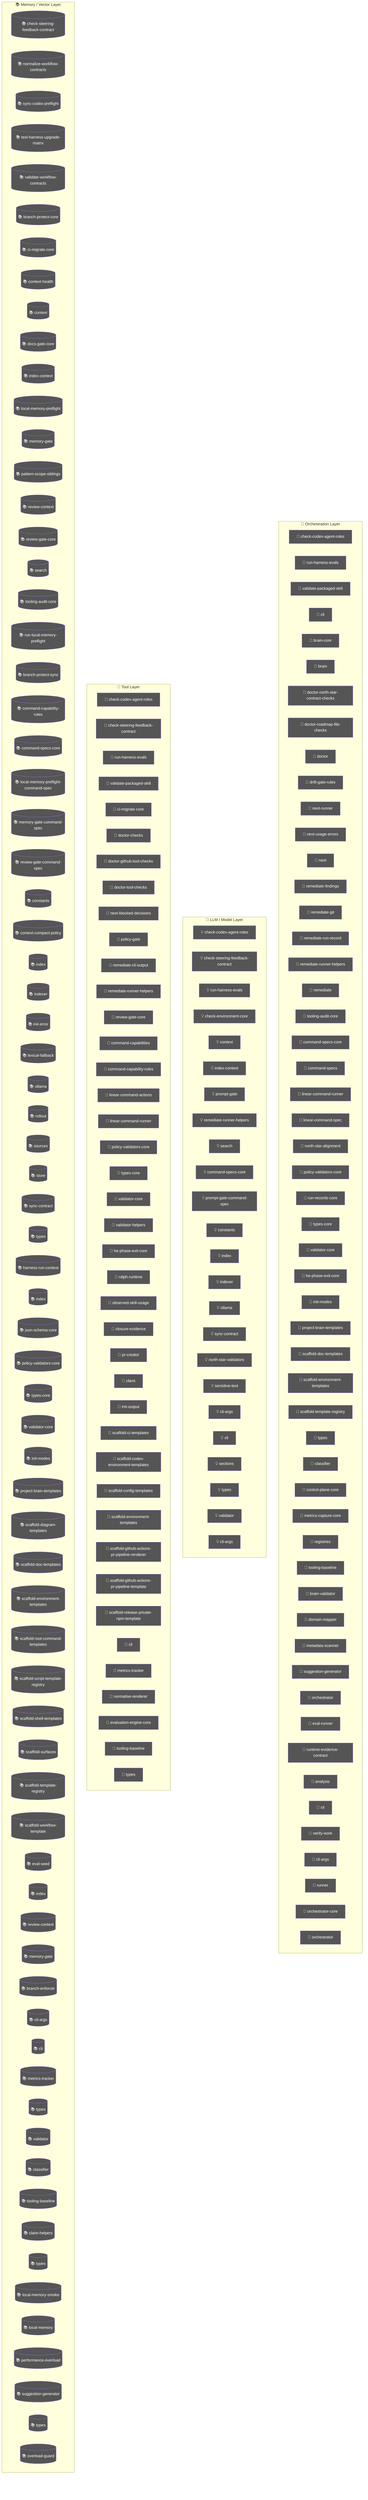
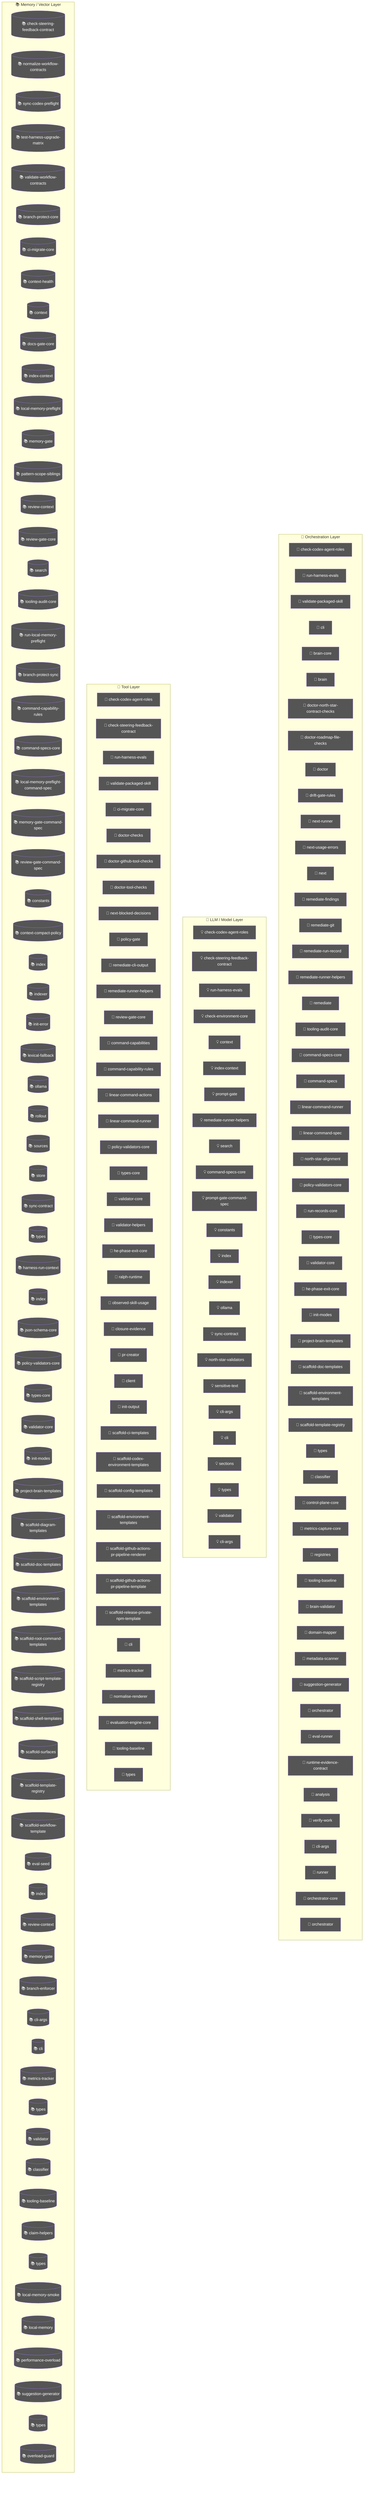
flowchart TD
  subgraph Orchestration["🎯 Orchestration Layer"]
    node_agent_mmd_orchestration_layer_orchestration_chec_7a9f0b64["🤖 check-codex-agent-roles"]
    node_agent_mmd_orchestration_layer_orchestration_run__18817957["🤖 run-harness-evals"]
    node_agent_mmd_orchestration_layer_orchestration_vali_c01b04be["🤖 validate-packaged-skill"]
    cli_99bb8840["🤖 cli"]
    brain_core_aa07c380["🤖 brain-core"]
    brain_bbbf7a64["🤖 brain"]
    doctor_north_star_contract_checks_0048124c["🤖 doctor-north-star-contract-checks"]
    doctor_roadmap_file_checks_14447b8e["🤖 doctor-roadmap-file-checks"]
    doctor_72f4be89["🤖 doctor"]
    drift_gate_rules_9685e72d["🤖 drift-gate-rules"]
    next_runner_41643472["🤖 next-runner"]
    next_usage_errors_837a345a["🤖 next-usage-errors"]
    next_c6c1c9a9["🤖 next"]
    remediate_findings_8b09c8c6["🤖 remediate-findings"]
    remediate_git_58c6f6f4["🤖 remediate-git"]
    remediate_run_record_9dfe5dc1["🤖 remediate-run-record"]
    node_agent_mmd_orchestration_layer_orchestration_reme_359fe98f["🤖 remediate-runner-helpers"]
    remediate_06b9c7fc["🤖 remediate"]
    node_agent_mmd_orchestration_layer_orchestration_tool_acfe0c01["🤖 tooling-audit-core"]
    node_agent_mmd_orchestration_layer_orchestration_comm_1f8cc24c["🤖 command-specs-core"]
    command_specs_69167c63["🤖 command-specs"]
    node_agent_mmd_orchestration_layer_orchestration_line_b67affd5["🤖 linear-command-runner"]
    linear_command_spec_1e12dd44["🤖 linear-command-spec"]
    north_star_alignment_00440188["🤖 north-star-alignment"]
    node_agent_mmd_orchestration_layer_orchestration_poli_3270b55d["🤖 policy-validators-core"]
    run_records_core_89286dfa["🤖 run-records-core"]
    node_agent_mmd_orchestration_layer_orchestration_type_7cf81261["🤖 types-core"]
    node_agent_mmd_orchestration_layer_orchestration_vali_d9fe99e6["🤖 validator-core"]
    node_agent_mmd_orchestration_layer_orchestration_he_p_fc778c24["🤖 he-phase-exit-core"]
    node_agent_mmd_orchestration_layer_orchestration_init_2a9c3ecb["🤖 init-modes"]
    node_agent_mmd_orchestration_layer_orchestration_proj_6ab6f60f["🤖 project-brain-templates"]
    node_agent_mmd_orchestration_layer_orchestration_scaf_12cc07db["🤖 scaffold-doc-templates"]
    node_agent_mmd_orchestration_layer_orchestration_scaf_c9a90c2f["🤖 scaffold-environment-templates"]
    node_agent_mmd_orchestration_layer_orchestration_scaf_ff8f92f6["🤖 scaffold-template-registry"]
    types_9_1db4641f["🤖 types"]
    node_agent_mmd_orchestration_layer_orchestration_clas_899b821a["🤖 classifier"]
    control_plane_core_db3b4cb2["🤖 control-plane-core"]
    metrics_capture_core_db4bf7cf["🤖 metrics-capture-core"]
    registries_06402afa["🤖 registries"]
    node_agent_mmd_orchestration_layer_orchestration_tool_cc43149f["🤖 tooling-baseline"]
    brain_validator_be251832["🤖 brain-validator"]
    domain_mapper_cd9333d2["🤖 domain-mapper"]
    metadata_scanner_6a101b66["🤖 metadata-scanner"]
    node_agent_mmd_orchestration_layer_orchestration_sugg_85c5ebe3["🤖 suggestion-generator"]
    orchestrator_11376b7e["🤖 orchestrator"]
    eval_runner_0966a6b3["🤖 eval-runner"]
    runtime_evidence_contract_0f7b15b2["🤖 runtime-evidence-contract"]
    analysis_f44e85c4["🤖 analysis"]
-     cli_8_e3a6ce03["🤖 cli"]
    verify_work_1_cd8e7ec3["🤖 verify-work"]
    cli_args_10_861cdd3f["🤖 cli-args"]
    runner_527aa9f4["🤖 runner"]
    orchestrator_core_d0678b53["🤖 orchestrator-core"]
    orchestrator_1_6b7137c5["🤖 orchestrator"]
  end
  subgraph LLMLayer["🧠 LLM / Model Layer"]
    node_agent_mmd_llm_model_layer_llmlayer_check_codex_a_29e7b7fa["💡 check-codex-agent-roles"]
    node_agent_mmd_llm_model_layer_llmlayer_check_steerin_a7dbbd2f["💡 check-steering-feedback-contract"]
    node_agent_mmd_llm_model_layer_llmlayer_run_harness_e_603fcfdc["💡 run-harness-evals"]
    check_environment_core_2c16213f["💡 check-environment-core"]
    node_agent_mmd_llm_model_layer_llmlayer_context_conte_ad2dfbd9["💡 context"]
    node_agent_mmd_llm_model_layer_llmlayer_index_context_1041bd11["💡 index-context"]
    prompt_gate_c5e9d207["💡 prompt-gate"]
    node_agent_mmd_llm_model_layer_llmlayer_remediate_run_9e3d4585["💡 remediate-runner-helpers"]
    node_agent_mmd_llm_model_layer_llmlayer_search_search_66b9a911["💡 search"]
    node_agent_mmd_llm_model_layer_llmlayer_command_specs_782af9fa["💡 command-specs-core"]
    prompt_gate_command_spec_9a941482["💡 prompt-gate-command-spec"]
    node_agent_mmd_llm_model_layer_llmlayer_constants_con_c9bd3f6c["💡 constants"]
    node_agent_mmd_llm_model_layer_llmlayer_index_index_1_02e160ff["💡 index"]
    node_agent_mmd_llm_model_layer_llmlayer_indexer_index_4f4deef5["💡 indexer"]
    node_agent_mmd_llm_model_layer_llmlayer_ollama_ollama_968b23fa["💡 ollama"]
    node_agent_mmd_llm_model_layer_llmlayer_sync_contract_9f3cc8c1["💡 sync-contract"]
    north_star_validators_cfc926ce["💡 north-star-validators"]
    sensitive_text_7c11f760["💡 sensitive-text"]
    cli_args_6_be6244ad["💡 cli-args"]
    cli_7_dc4a9f7f["💡 cli"]
    sections_4697ef32["💡 sections"]
    types_19_eb4ad5f0["💡 types"]
    validator_6_3688adbf["💡 validator"]
    cli_args_7_16dab031["💡 cli-args"]
  end
  subgraph ToolLayer["🔧 Tool Layer"]
    node_agent_mmd_tool_layer_toollayer_check_codex_agent_4b361d5a["🔧 check-codex-agent-roles"]
    node_agent_mmd_tool_layer_toollayer_check_steering_fe_84ed22c2["🔧 check-steering-feedback-contract"]
    node_agent_mmd_tool_layer_toollayer_run_harness_evals_e2ee24f1["🔧 run-harness-evals"]
    node_agent_mmd_tool_layer_toollayer_validate_packaged_f6ed6f12["🔧 validate-packaged-skill"]
    node_agent_mmd_tool_layer_toollayer_ci_migrate_core_c_049f8460["🔧 ci-migrate-core"]
    doctor_checks_5a2eb2b9["🔧 doctor-checks"]
    doctor_github_tool_checks_a53b0382["🔧 doctor-github-tool-checks"]
    doctor_tool_checks_4acac51a["🔧 doctor-tool-checks"]
    next_blocked_decisions_4140ad2b["🔧 next-blocked-decisions"]
    policy_gate_213f7313["🔧 policy-gate"]
    remediate_cli_output_cc165396["🔧 remediate-cli-output"]
    node_agent_mmd_tool_layer_toollayer_remediate_runner__c003b871["🔧 remediate-runner-helpers"]
    node_agent_mmd_tool_layer_toollayer_review_gate_core__7704598b["🔧 review-gate-core"]
    command_capabilities_a4d5c71e["🔧 command-capabilities"]
    node_agent_mmd_tool_layer_toollayer_command_capabilit_e97a4615["🔧 command-capability-rules"]
    linear_command_actions_e430f4f4["🔧 linear-command-actions"]
    node_agent_mmd_tool_layer_toollayer_linear_command_ru_d6763748["🔧 linear-command-runner"]
    node_agent_mmd_tool_layer_toollayer_policy_validators_af136abf["🔧 policy-validators-core"]
    node_agent_mmd_tool_layer_toollayer_types_core_types__6c8319b6["🔧 types-core"]
    node_agent_mmd_tool_layer_toollayer_validator_core_va_6ef6131f["🔧 validator-core"]
    validator_helpers_7b927667["🔧 validator-helpers"]
    node_agent_mmd_tool_layer_toollayer_he_phase_exit_cor_af016160["🔧 he-phase-exit-core"]
    ralph_runtime_73d63c0e["🔧 ralph-runtime"]
    observed_skill_usage_ed7d5930["🔧 observed-skill-usage"]
    closure_evidence_aaa31467["🔧 closure-evidence"]
    pr_creator_dc6b1ea4["🔧 pr-creator"]
    client_948fe603["🔧 client"]
    init_output_360dce91["🔧 init-output"]
    scaffold_ci_templates_2afd6392["🔧 scaffold-ci-templates"]
    scaffold_codex_environment_templates_334fbbed["🔧 scaffold-codex-environment-templates"]
    scaffold_config_templates_4b80ce53["🔧 scaffold-config-templates"]
    node_agent_mmd_tool_layer_toollayer_scaffold_environm_c1afc013["🔧 scaffold-environment-templates"]
    scaffold_github_actions_pr_pipeline_renderer_1ee18de5["🔧 scaffold-github-actions-pr-pipeline-renderer"]
    scaffold_github_actions_pr_pipeline_template_e2b85f62["🔧 scaffold-github-actions-pr-pipeline-template"]
    scaffold_release_private_npm_template_075499f8["🔧 scaffold-release-private-npm-template"]
    node_agent_mmd_tool_layer_toollayer_cli_cli_2_1_32d9eeaf["🔧 cli"]
    node_agent_mmd_tool_layer_toollayer_metrics_tracker_m_4c9237d8["🔧 metrics-tracker"]
    normalise_renderer_85f2e563["🔧 normalise-renderer"]
    evaluation_engine_core_e054fe49["🔧 evaluation-engine-core"]
    node_agent_mmd_tool_layer_toollayer_tooling_baseline__61e66e9f["🔧 tooling-baseline"]
    types_25_89d086aa["🔧 types"]
  end
  subgraph MemoryLayer["📚 Memory / Vector Layer"]
    node_agent_mmd_memory_vector_layer_memorylayer_check__d71f8993[("📚 check-steering-feedback-contract")]
    normalize_workflow_contracts_8701f1c8[("📚 normalize-workflow-contracts")]
    sync_codex_preflight_7e7a8dc2[("📚 sync-codex-preflight")]
    test_harness_upgrade_matrix_84113c4e[("📚 test-harness-upgrade-matrix")]
    validate_workflow_contracts_33dc063c[("📚 validate-workflow-contracts")]
    branch_protect_core_a8feb0fd[("📚 branch-protect-core")]
    node_agent_mmd_memory_vector_layer_memorylayer_ci_mig_0cd5b1a4[("📚 ci-migrate-core")]
    context_health_80bb7da9[("📚 context-health")]
    node_agent_mmd_memory_vector_layer_memorylayer_contex_78ceaaa9[("📚 context")]
    docs_gate_core_eb9b6c18[("📚 docs-gate-core")]
    node_agent_mmd_memory_vector_layer_memorylayer_index__6f3402d0[("📚 index-context")]
    local_memory_preflight_dcc36c42[("📚 local-memory-preflight")]
    memory_gate_a577a506[("📚 memory-gate")]
    pattern_scope_siblings_43abe000[("📚 pattern-scope-siblings")]
    review_context_ca6cf81d[("📚 review-context")]
    node_agent_mmd_memory_vector_layer_memorylayer_review_5bee9816[("📚 review-gate-core")]
    node_agent_mmd_memory_vector_layer_memorylayer_search_ac35cb7e[("📚 search")]
    node_agent_mmd_memory_vector_layer_memorylayer_toolin_a1185b8f[("📚 tooling-audit-core")]
    run_local_memory_preflight_36e92808[("📚 run-local-memory-preflight")]
    branch_protect_sync_570adb18[("📚 branch-protect-sync")]
    node_agent_mmd_memory_vector_layer_memorylayer_comman_c72a5d05[("📚 command-capability-rules")]
    node_agent_mmd_memory_vector_layer_memorylayer_comman_111eb454[("📚 command-specs-core")]
    local_memory_preflight_command_spec_9e23f3ce[("📚 local-memory-preflight-command-spec")]
    memory_gate_command_spec_dc9001a9[("📚 memory-gate-command-spec")]
    review_gate_command_spec_3187376a[("📚 review-gate-command-spec")]
    node_agent_mmd_memory_vector_layer_memorylayer_consta_702d3f46[("📚 constants")]
    context_compact_policy_3dcaf95d[("📚 context-compact-policy")]
    node_agent_mmd_memory_vector_layer_memorylayer_index__752bc61e[("📚 index")]
    node_agent_mmd_memory_vector_layer_memorylayer_indexe_93e6d86f[("📚 indexer")]
    init_error_5c7dd49f[("📚 init-error")]
    lexical_fallback_723e2b3e[("📚 lexical-fallback")]
    node_agent_mmd_memory_vector_layer_memorylayer_ollama_6d51be16[("📚 ollama")]
    rollout_a4fa034c[("📚 rollout")]
    sources_878a52fc[("📚 sources")]
    store_824d80d7[("📚 store")]
    node_agent_mmd_memory_vector_layer_memorylayer_sync_c_e43418bc[("📚 sync-contract")]
    types_4_822d0f88[("📚 types")]
    harness_run_context_ac7c77a9[("📚 harness-run-context")]
    index_1_faebc14e[("📚 index")]
    json_schema_core_96d7e328[("📚 json-schema-core")]
    node_agent_mmd_memory_vector_layer_memorylayer_policy_1944de42[("📚 policy-validators-core")]
    node_agent_mmd_memory_vector_layer_memorylayer_types__83f369fa[("📚 types-core")]
    node_agent_mmd_memory_vector_layer_memorylayer_valida_41034356[("📚 validator-core")]
    node_agent_mmd_memory_vector_layer_memorylayer_init_m_333d02c5[("📚 init-modes")]
    node_agent_mmd_memory_vector_layer_memorylayer_projec_3ae304d9[("📚 project-brain-templates")]
    scaffold_diagram_templates_dd88e83c[("📚 scaffold-diagram-templates")]
    node_agent_mmd_memory_vector_layer_memorylayer_scaffo_5fd73b94[("📚 scaffold-doc-templates")]
    node_agent_mmd_memory_vector_layer_memorylayer_scaffo_12b42341[("📚 scaffold-environment-templates")]
    scaffold_root_command_templates_404fed7f[("📚 scaffold-root-command-templates")]
    scaffold_script_template_registry_69312d4e[("📚 scaffold-script-template-registry")]
    scaffold_shell_templates_0ad0f915[("📚 scaffold-shell-templates")]
    scaffold_surfaces_12d6494e[("📚 scaffold-surfaces")]
    node_agent_mmd_memory_vector_layer_memorylayer_scaffo_a86eece1[("📚 scaffold-template-registry")]
    scaffold_workflow_template_92310587[("📚 scaffold-workflow-template")]
    eval_seed_5699fd3e[("📚 eval-seed")]
    index_4_013aa0e3[("📚 index")]
    review_context_1_e3afed15[("📚 review-context")]
    memory_gate_1_265164ac[("📚 memory-gate")]
    branch_enforcer_acb749cd[("📚 branch-enforcer")]
    cli_args_3_371ad1f3[("📚 cli-args")]
    node_agent_mmd_memory_vector_layer_memorylayer_cli_cl_1f1f89ab[("📚 cli")]
    node_agent_mmd_memory_vector_layer_memorylayer_metric_12562178[("📚 metrics-tracker")]
    types_11_4be3ee64[("📚 types")]
    validator_4_5180cf23[("📚 validator")]
    node_agent_mmd_memory_vector_layer_memorylayer_classi_1ebbf5ff[("📚 classifier")]
    node_agent_mmd_memory_vector_layer_memorylayer_toolin_14f86b00[("📚 tooling-baseline")]
    claim_helpers_20dc8387[("📚 claim-helpers")]
    types_16_0fae1112[("📚 types")]
    local_memory_smoke_1175abfc[("📚 local-memory-smoke")]
    local_memory_0db17ecc[("📚 local-memory")]
    performance_overload_c685bfcf[("📚 performance-overload")]
    node_agent_mmd_memory_vector_layer_memorylayer_sugges_267f408d[("📚 suggestion-generator")]
    types_23_4352ee2e[("📚 types")]
    overload_guard_2748c559[("📚 overload-guard")]
  end
  classDef agentNode fill:#555,color:#fff
-   class node_agent_mmd_orchestration_layer_orchestration_chec_7a9f0b64,node_agent_mmd_llm_model_layer_llmlayer_check_codex_a_29e7b7fa,node_agent_mmd_tool_layer_toollayer_check_codex_agent_4b361d5a,node_agent_mmd_orchestration_layer_orchestration_run__18817957,node_agent_mmd_llm_model_layer_llmlayer_run_harness_e_603fcfdc,node_agent_mmd_tool_layer_toollayer_run_harness_evals_e2ee24f1,node_agent_mmd_orchestration_layer_orchestration_vali_c01b04be,node_agent_mmd_tool_layer_toollayer_validate_packaged_f6ed6f12,cli_99bb8840,brain_core_aa07c380,brain_bbbf7a64,doctor_north_star_contract_checks_0048124c,doctor_roadmap_file_checks_14447b8e,doctor_72f4be89,drift_gate_rules_9685e72d,next_runner_41643472,next_usage_errors_837a345a,next_c6c1c9a9,remediate_findings_8b09c8c6,remediate_git_58c6f6f4,remediate_run_record_9dfe5dc1,node_agent_mmd_orchestration_layer_orchestration_reme_359fe98f,node_agent_mmd_llm_model_layer_llmlayer_remediate_run_9e3d4585,node_agent_mmd_tool_layer_toollayer_remediate_runner__c003b871,remediate_06b9c7fc,node_agent_mmd_orchestration_layer_orchestration_tool_acfe0c01,node_agent_mmd_memory_vector_layer_memorylayer_toolin_a1185b8f,node_agent_mmd_orchestration_layer_orchestration_comm_1f8cc24c,node_agent_mmd_llm_model_layer_llmlayer_command_specs_782af9fa,node_agent_mmd_memory_vector_layer_memorylayer_comman_111eb454,command_specs_69167c63,node_agent_mmd_orchestration_layer_orchestration_line_b67affd5,node_agent_mmd_tool_layer_toollayer_linear_command_ru_d6763748,linear_command_spec_1e12dd44,north_star_alignment_00440188,node_agent_mmd_orchestration_layer_orchestration_poli_3270b55d,node_agent_mmd_tool_layer_toollayer_policy_validators_af136abf,node_agent_mmd_memory_vector_layer_memorylayer_policy_1944de42,run_records_core_89286dfa,node_agent_mmd_orchestration_layer_orchestration_type_7cf81261,node_agent_mmd_tool_layer_toollayer_types_core_types__6c8319b6,node_agent_mmd_memory_vector_layer_memorylayer_types__83f369fa,node_agent_mmd_orchestration_layer_orchestration_vali_d9fe99e6,node_agent_mmd_tool_layer_toollayer_validator_core_va_6ef6131f,node_agent_mmd_memory_vector_layer_memorylayer_valida_41034356,node_agent_mmd_orchestration_layer_orchestration_he_p_fc778c24,node_agent_mmd_tool_layer_toollayer_he_phase_exit_cor_af016160,node_agent_mmd_orchestration_layer_orchestration_init_2a9c3ecb,node_agent_mmd_memory_vector_layer_memorylayer_init_m_333d02c5,node_agent_mmd_orchestration_layer_orchestration_proj_6ab6f60f,node_agent_mmd_memory_vector_layer_memorylayer_projec_3ae304d9,node_agent_mmd_orchestration_layer_orchestration_scaf_12cc07db,node_agent_mmd_memory_vector_layer_memorylayer_scaffo_5fd73b94,node_agent_mmd_orchestration_layer_orchestration_scaf_c9a90c2f,node_agent_mmd_tool_layer_toollayer_scaffold_environm_c1afc013,node_agent_mmd_memory_vector_layer_memorylayer_scaffo_12b42341,node_agent_mmd_orchestration_layer_orchestration_scaf_ff8f92f6,node_agent_mmd_memory_vector_layer_memorylayer_scaffo_a86eece1,types_9_1db4641f,node_agent_mmd_orchestration_layer_orchestration_clas_899b821a,node_agent_mmd_memory_vector_layer_memorylayer_classi_1ebbf5ff,control_plane_core_db3b4cb2,metrics_capture_core_db4bf7cf,registries_06402afa,node_agent_mmd_orchestration_layer_orchestration_tool_cc43149f,node_agent_mmd_tool_layer_toollayer_tooling_baseline__61e66e9f,node_agent_mmd_memory_vector_layer_memorylayer_toolin_14f86b00,brain_validator_be251832,domain_mapper_cd9333d2,metadata_scanner_6a101b66,node_agent_mmd_orchestration_layer_orchestration_sugg_85c5ebe3,node_agent_mmd_memory_vector_layer_memorylayer_sugges_267f408d,orchestrator_11376b7e,eval_runner_0966a6b3,runtime_evidence_contract_0f7b15b2,analysis_f44e85c4,cli_8_e3a6ce03,verify_work_1_cd8e7ec3,cli_args_10_861cdd3f,runner_527aa9f4,orchestrator_core_d0678b53,orchestrator_1_6b7137c5 agentNode
+   class node_agent_mmd_orchestration_layer_orchestration_chec_7a9f0b64,node_agent_mmd_llm_model_layer_llmlayer_check_codex_a_29e7b7fa,node_agent_mmd_tool_layer_toollayer_check_codex_agent_4b361d5a,node_agent_mmd_orchestration_layer_orchestration_run__18817957,node_agent_mmd_llm_model_layer_llmlayer_run_harness_e_603fcfdc,node_agent_mmd_tool_layer_toollayer_run_harness_evals_e2ee24f1,node_agent_mmd_orchestration_layer_orchestration_vali_c01b04be,node_agent_mmd_tool_layer_toollayer_validate_packaged_f6ed6f12,cli_99bb8840,brain_core_aa07c380,brain_bbbf7a64,doctor_north_star_contract_checks_0048124c,doctor_roadmap_file_checks_14447b8e,doctor_72f4be89,drift_gate_rules_9685e72d,next_runner_41643472,next_usage_errors_837a345a,next_c6c1c9a9,remediate_findings_8b09c8c6,remediate_git_58c6f6f4,remediate_run_record_9dfe5dc1,node_agent_mmd_orchestration_layer_orchestration_reme_359fe98f,node_agent_mmd_llm_model_layer_llmlayer_remediate_run_9e3d4585,node_agent_mmd_tool_layer_toollayer_remediate_runner__c003b871,remediate_06b9c7fc,node_agent_mmd_orchestration_layer_orchestration_tool_acfe0c01,node_agent_mmd_memory_vector_layer_memorylayer_toolin_a1185b8f,node_agent_mmd_orchestration_layer_orchestration_comm_1f8cc24c,node_agent_mmd_llm_model_layer_llmlayer_command_specs_782af9fa,node_agent_mmd_memory_vector_layer_memorylayer_comman_111eb454,command_specs_69167c63,node_agent_mmd_orchestration_layer_orchestration_line_b67affd5,node_agent_mmd_tool_layer_toollayer_linear_command_ru_d6763748,linear_command_spec_1e12dd44,north_star_alignment_00440188,node_agent_mmd_orchestration_layer_orchestration_poli_3270b55d,node_agent_mmd_tool_layer_toollayer_policy_validators_af136abf,node_agent_mmd_memory_vector_layer_memorylayer_policy_1944de42,run_records_core_89286dfa,node_agent_mmd_orchestration_layer_orchestration_type_7cf81261,node_agent_mmd_tool_layer_toollayer_types_core_types__6c8319b6,node_agent_mmd_memory_vector_layer_memorylayer_types__83f369fa,node_agent_mmd_orchestration_layer_orchestration_vali_d9fe99e6,node_agent_mmd_tool_layer_toollayer_validator_core_va_6ef6131f,node_agent_mmd_memory_vector_layer_memorylayer_valida_41034356,node_agent_mmd_orchestration_layer_orchestration_he_p_fc778c24,node_agent_mmd_tool_layer_toollayer_he_phase_exit_cor_af016160,node_agent_mmd_orchestration_layer_orchestration_init_2a9c3ecb,node_agent_mmd_memory_vector_layer_memorylayer_init_m_333d02c5,node_agent_mmd_orchestration_layer_orchestration_proj_6ab6f60f,node_agent_mmd_memory_vector_layer_memorylayer_projec_3ae304d9,node_agent_mmd_orchestration_layer_orchestration_scaf_12cc07db,node_agent_mmd_memory_vector_layer_memorylayer_scaffo_5fd73b94,node_agent_mmd_orchestration_layer_orchestration_scaf_c9a90c2f,node_agent_mmd_tool_layer_toollayer_scaffold_environm_c1afc013,node_agent_mmd_memory_vector_layer_memorylayer_scaffo_12b42341,node_agent_mmd_orchestration_layer_orchestration_scaf_ff8f92f6,node_agent_mmd_memory_vector_layer_memorylayer_scaffo_a86eece1,types_9_1db4641f,node_agent_mmd_orchestration_layer_orchestration_clas_899b821a,node_agent_mmd_memory_vector_layer_memorylayer_classi_1ebbf5ff,control_plane_core_db3b4cb2,metrics_capture_core_db4bf7cf,registries_06402afa,node_agent_mmd_orchestration_layer_orchestration_tool_cc43149f,node_agent_mmd_tool_layer_toollayer_tooling_baseline__61e66e9f,node_agent_mmd_memory_vector_layer_memorylayer_toolin_14f86b00,brain_validator_be251832,domain_mapper_cd9333d2,metadata_scanner_6a101b66,node_agent_mmd_orchestration_layer_orchestration_sugg_85c5ebe3,node_agent_mmd_memory_vector_layer_memorylayer_sugges_267f408d,orchestrator_11376b7e,eval_runner_0966a6b3,runtime_evidence_contract_0f7b15b2,analysis_f44e85c4,verify_work_1_cd8e7ec3,cli_args_10_861cdd3f,runner_527aa9f4,orchestrator_core_d0678b53,orchestrator_1_6b7137c5 agentNode
  classDef llmNode fill:#555,color:#fff
  class node_agent_mmd_orchestration_layer_orchestration_chec_7a9f0b64,node_agent_mmd_llm_model_layer_llmlayer_check_codex_a_29e7b7fa,node_agent_mmd_tool_layer_toollayer_check_codex_agent_4b361d5a,node_agent_mmd_llm_model_layer_llmlayer_check_steerin_a7dbbd2f,node_agent_mmd_tool_layer_toollayer_check_steering_fe_84ed22c2,node_agent_mmd_memory_vector_layer_memorylayer_check__d71f8993,node_agent_mmd_orchestration_layer_orchestration_run__18817957,node_agent_mmd_llm_model_layer_llmlayer_run_harness_e_603fcfdc,node_agent_mmd_tool_layer_toollayer_run_harness_evals_e2ee24f1,check_environment_core_2c16213f,node_agent_mmd_llm_model_layer_llmlayer_context_conte_ad2dfbd9,node_agent_mmd_memory_vector_layer_memorylayer_contex_78ceaaa9,node_agent_mmd_llm_model_layer_llmlayer_index_context_1041bd11,node_agent_mmd_memory_vector_layer_memorylayer_index__6f3402d0,prompt_gate_c5e9d207,node_agent_mmd_orchestration_layer_orchestration_reme_359fe98f,node_agent_mmd_llm_model_layer_llmlayer_remediate_run_9e3d4585,node_agent_mmd_tool_layer_toollayer_remediate_runner__c003b871,node_agent_mmd_llm_model_layer_llmlayer_search_search_66b9a911,node_agent_mmd_memory_vector_layer_memorylayer_search_ac35cb7e,node_agent_mmd_orchestration_layer_orchestration_comm_1f8cc24c,node_agent_mmd_llm_model_layer_llmlayer_command_specs_782af9fa,node_agent_mmd_memory_vector_layer_memorylayer_comman_111eb454,prompt_gate_command_spec_9a941482,node_agent_mmd_llm_model_layer_llmlayer_constants_con_c9bd3f6c,node_agent_mmd_memory_vector_layer_memorylayer_consta_702d3f46,node_agent_mmd_llm_model_layer_llmlayer_index_index_1_02e160ff,node_agent_mmd_memory_vector_layer_memorylayer_index__752bc61e,node_agent_mmd_llm_model_layer_llmlayer_indexer_index_4f4deef5,node_agent_mmd_memory_vector_layer_memorylayer_indexe_93e6d86f,node_agent_mmd_llm_model_layer_llmlayer_ollama_ollama_968b23fa,node_agent_mmd_memory_vector_layer_memorylayer_ollama_6d51be16,node_agent_mmd_llm_model_layer_llmlayer_sync_contract_9f3cc8c1,node_agent_mmd_memory_vector_layer_memorylayer_sync_c_e43418bc,north_star_validators_cfc926ce,sensitive_text_7c11f760,cli_args_6_be6244ad,cli_7_dc4a9f7f,sections_4697ef32,types_19_eb4ad5f0,validator_6_3688adbf,cli_args_7_16dab031 llmNode
  classDef toolNode fill:#555,color:#fff
  class node_agent_mmd_orchestration_layer_orchestration_chec_7a9f0b64,node_agent_mmd_llm_model_layer_llmlayer_check_codex_a_29e7b7fa,node_agent_mmd_tool_layer_toollayer_check_codex_agent_4b361d5a,node_agent_mmd_llm_model_layer_llmlayer_check_steerin_a7dbbd2f,node_agent_mmd_tool_layer_toollayer_check_steering_fe_84ed22c2,node_agent_mmd_memory_vector_layer_memorylayer_check__d71f8993,node_agent_mmd_orchestration_layer_orchestration_run__18817957,node_agent_mmd_llm_model_layer_llmlayer_run_harness_e_603fcfdc,node_agent_mmd_tool_layer_toollayer_run_harness_evals_e2ee24f1,node_agent_mmd_orchestration_layer_orchestration_vali_c01b04be,node_agent_mmd_tool_layer_toollayer_validate_packaged_f6ed6f12,node_agent_mmd_tool_layer_toollayer_ci_migrate_core_c_049f8460,node_agent_mmd_memory_vector_layer_memorylayer_ci_mig_0cd5b1a4,doctor_checks_5a2eb2b9,doctor_github_tool_checks_a53b0382,doctor_tool_checks_4acac51a,next_blocked_decisions_4140ad2b,policy_gate_213f7313,remediate_cli_output_cc165396,node_agent_mmd_orchestration_layer_orchestration_reme_359fe98f,node_agent_mmd_llm_model_layer_llmlayer_remediate_run_9e3d4585,node_agent_mmd_tool_layer_toollayer_remediate_runner__c003b871,node_agent_mmd_tool_layer_toollayer_review_gate_core__7704598b,node_agent_mmd_memory_vector_layer_memorylayer_review_5bee9816,command_capabilities_a4d5c71e,node_agent_mmd_tool_layer_toollayer_command_capabilit_e97a4615,node_agent_mmd_memory_vector_layer_memorylayer_comman_c72a5d05,linear_command_actions_e430f4f4,node_agent_mmd_orchestration_layer_orchestration_line_b67affd5,node_agent_mmd_tool_layer_toollayer_linear_command_ru_d6763748,node_agent_mmd_orchestration_layer_orchestration_poli_3270b55d,node_agent_mmd_tool_layer_toollayer_policy_validators_af136abf,node_agent_mmd_memory_vector_layer_memorylayer_policy_1944de42,node_agent_mmd_orchestration_layer_orchestration_type_7cf81261,node_agent_mmd_tool_layer_toollayer_types_core_types__6c8319b6,node_agent_mmd_memory_vector_layer_memorylayer_types__83f369fa,node_agent_mmd_orchestration_layer_orchestration_vali_d9fe99e6,node_agent_mmd_tool_layer_toollayer_validator_core_va_6ef6131f,node_agent_mmd_memory_vector_layer_memorylayer_valida_41034356,validator_helpers_7b927667,node_agent_mmd_orchestration_layer_orchestration_he_p_fc778c24,node_agent_mmd_tool_layer_toollayer_he_phase_exit_cor_af016160,ralph_runtime_73d63c0e,observed_skill_usage_ed7d5930,closure_evidence_aaa31467,pr_creator_dc6b1ea4,client_948fe603,init_output_360dce91,scaffold_ci_templates_2afd6392,scaffold_codex_environment_templates_334fbbed,scaffold_config_templates_4b80ce53,node_agent_mmd_orchestration_layer_orchestration_scaf_c9a90c2f,node_agent_mmd_tool_layer_toollayer_scaffold_environm_c1afc013,node_agent_mmd_memory_vector_layer_memorylayer_scaffo_12b42341,scaffold_github_actions_pr_pipeline_renderer_1ee18de5,scaffold_github_actions_pr_pipeline_template_e2b85f62,scaffold_release_private_npm_template_075499f8,node_agent_mmd_tool_layer_toollayer_cli_cli_2_1_32d9eeaf,node_agent_mmd_memory_vector_layer_memorylayer_cli_cl_1f1f89ab,node_agent_mmd_tool_layer_toollayer_metrics_tracker_m_4c9237d8,node_agent_mmd_memory_vector_layer_memorylayer_metric_12562178,normalise_renderer_85f2e563,evaluation_engine_core_e054fe49,node_agent_mmd_orchestration_layer_orchestration_tool_cc43149f,node_agent_mmd_tool_layer_toollayer_tooling_baseline__61e66e9f,node_agent_mmd_memory_vector_layer_memorylayer_toolin_14f86b00,types_25_89d086aa toolNode
  classDef memNode fill:#555,color:#fff
  class node_agent_mmd_llm_model_layer_llmlayer_check_steerin_a7dbbd2f,node_agent_mmd_tool_layer_toollayer_check_steering_fe_84ed22c2,node_agent_mmd_memory_vector_layer_memorylayer_check__d71f8993,normalize_workflow_contracts_8701f1c8,sync_codex_preflight_7e7a8dc2,test_harness_upgrade_matrix_84113c4e,validate_workflow_contracts_33dc063c,branch_protect_core_a8feb0fd,node_agent_mmd_tool_layer_toollayer_ci_migrate_core_c_049f8460,node_agent_mmd_memory_vector_layer_memorylayer_ci_mig_0cd5b1a4,context_health_80bb7da9,node_agent_mmd_llm_model_layer_llmlayer_context_conte_ad2dfbd9,node_agent_mmd_memory_vector_layer_memorylayer_contex_78ceaaa9,docs_gate_core_eb9b6c18,node_agent_mmd_llm_model_layer_llmlayer_index_context_1041bd11,node_agent_mmd_memory_vector_layer_memorylayer_index__6f3402d0,local_memory_preflight_dcc36c42,memory_gate_a577a506,pattern_scope_siblings_43abe000,review_context_ca6cf81d,node_agent_mmd_tool_layer_toollayer_review_gate_core__7704598b,node_agent_mmd_memory_vector_layer_memorylayer_review_5bee9816,node_agent_mmd_llm_model_layer_llmlayer_search_search_66b9a911,node_agent_mmd_memory_vector_layer_memorylayer_search_ac35cb7e,node_agent_mmd_orchestration_layer_orchestration_tool_acfe0c01,node_agent_mmd_memory_vector_layer_memorylayer_toolin_a1185b8f,run_local_memory_preflight_36e92808,branch_protect_sync_570adb18,node_agent_mmd_tool_layer_toollayer_command_capabilit_e97a4615,node_agent_mmd_memory_vector_layer_memorylayer_comman_c72a5d05,node_agent_mmd_orchestration_layer_orchestration_comm_1f8cc24c,node_agent_mmd_llm_model_layer_llmlayer_command_specs_782af9fa,node_agent_mmd_memory_vector_layer_memorylayer_comman_111eb454,local_memory_preflight_command_spec_9e23f3ce,memory_gate_command_spec_dc9001a9,review_gate_command_spec_3187376a,node_agent_mmd_llm_model_layer_llmlayer_constants_con_c9bd3f6c,node_agent_mmd_memory_vector_layer_memorylayer_consta_702d3f46,context_compact_policy_3dcaf95d,node_agent_mmd_llm_model_layer_llmlayer_index_index_1_02e160ff,node_agent_mmd_memory_vector_layer_memorylayer_index__752bc61e,node_agent_mmd_llm_model_layer_llmlayer_indexer_index_4f4deef5,node_agent_mmd_memory_vector_layer_memorylayer_indexe_93e6d86f,init_error_5c7dd49f,lexical_fallback_723e2b3e,node_agent_mmd_llm_model_layer_llmlayer_ollama_ollama_968b23fa,node_agent_mmd_memory_vector_layer_memorylayer_ollama_6d51be16,rollout_a4fa034c,sources_878a52fc,store_824d80d7,node_agent_mmd_llm_model_layer_llmlayer_sync_contract_9f3cc8c1,node_agent_mmd_memory_vector_layer_memorylayer_sync_c_e43418bc,types_4_822d0f88,harness_run_context_ac7c77a9,index_1_faebc14e,json_schema_core_96d7e328,node_agent_mmd_orchestration_layer_orchestration_poli_3270b55d,node_agent_mmd_tool_layer_toollayer_policy_validators_af136abf,node_agent_mmd_memory_vector_layer_memorylayer_policy_1944de42,node_agent_mmd_orchestration_layer_orchestration_type_7cf81261,node_agent_mmd_tool_layer_toollayer_types_core_types__6c8319b6,node_agent_mmd_memory_vector_layer_memorylayer_types__83f369fa,node_agent_mmd_orchestration_layer_orchestration_vali_d9fe99e6,node_agent_mmd_tool_layer_toollayer_validator_core_va_6ef6131f,node_agent_mmd_memory_vector_layer_memorylayer_valida_41034356,node_agent_mmd_orchestration_layer_orchestration_init_2a9c3ecb,node_agent_mmd_memory_vector_layer_memorylayer_init_m_333d02c5,node_agent_mmd_orchestration_layer_orchestration_proj_6ab6f60f,node_agent_mmd_memory_vector_layer_memorylayer_projec_3ae304d9,scaffold_diagram_templates_dd88e83c,node_agent_mmd_orchestration_layer_orchestration_scaf_12cc07db,node_agent_mmd_memory_vector_layer_memorylayer_scaffo_5fd73b94,node_agent_mmd_orchestration_layer_orchestration_scaf_c9a90c2f,node_agent_mmd_tool_layer_toollayer_scaffold_environm_c1afc013,node_agent_mmd_memory_vector_layer_memorylayer_scaffo_12b42341,scaffold_root_command_templates_404fed7f,scaffold_script_template_registry_69312d4e,scaffold_shell_templates_0ad0f915,scaffold_surfaces_12d6494e,node_agent_mmd_orchestration_layer_orchestration_scaf_ff8f92f6,node_agent_mmd_memory_vector_layer_memorylayer_scaffo_a86eece1,scaffold_workflow_template_92310587,eval_seed_5699fd3e,index_4_013aa0e3,review_context_1_e3afed15,memory_gate_1_265164ac,branch_enforcer_acb749cd,cli_args_3_371ad1f3,node_agent_mmd_tool_layer_toollayer_cli_cli_2_1_32d9eeaf,node_agent_mmd_memory_vector_layer_memorylayer_cli_cl_1f1f89ab,node_agent_mmd_tool_layer_toollayer_metrics_tracker_m_4c9237d8,node_agent_mmd_memory_vector_layer_memorylayer_metric_12562178,types_11_4be3ee64,validator_4_5180cf23,node_agent_mmd_orchestration_layer_orchestration_clas_899b821a,node_agent_mmd_memory_vector_layer_memorylayer_classi_1ebbf5ff,node_agent_mmd_orchestration_layer_orchestration_tool_cc43149f,node_agent_mmd_tool_layer_toollayer_tooling_baseline__61e66e9f,node_agent_mmd_memory_vector_layer_memorylayer_toolin_14f86b00,claim_helpers_20dc8387,types_16_0fae1112,local_memory_smoke_1175abfc,local_memory_0db17ecc,performance_overload_c685bfcf,node_agent_mmd_orchestration_layer_orchestration_sugg_85c5ebe3,node_agent_mmd_memory_vector_layer_memorylayer_sugges_267f408d,types_23_4352ee2e,overload_guard_2748c559 memNode
